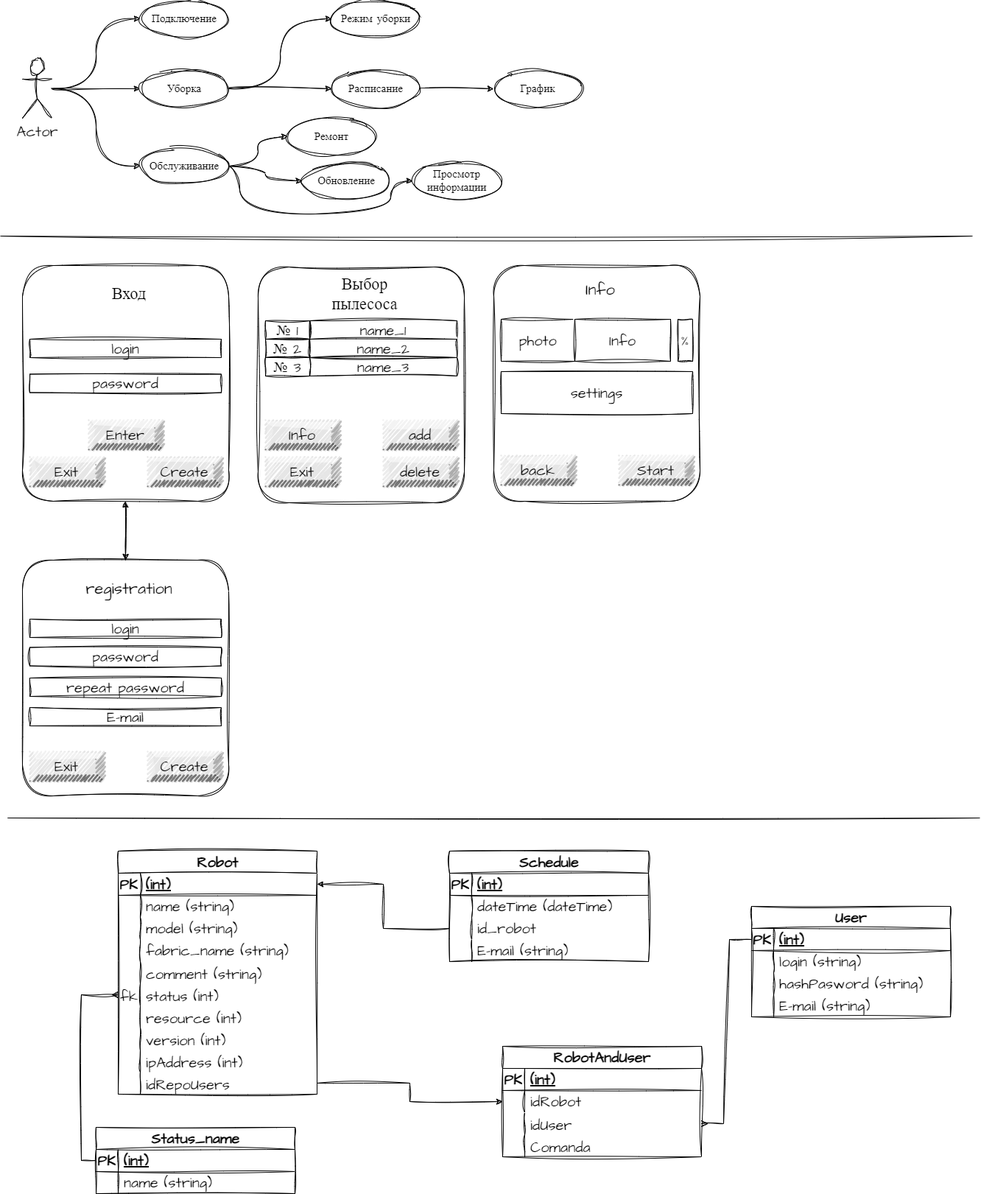
Earlier version of the draw.io export final_dz/case,interface,erd.png (bond40rus/ArhitecturaPO). Source tidied: cells renumbered, new cells last; positions are measured from the earlier drawing's top-left corner, leaving out a move shared by most shapes.
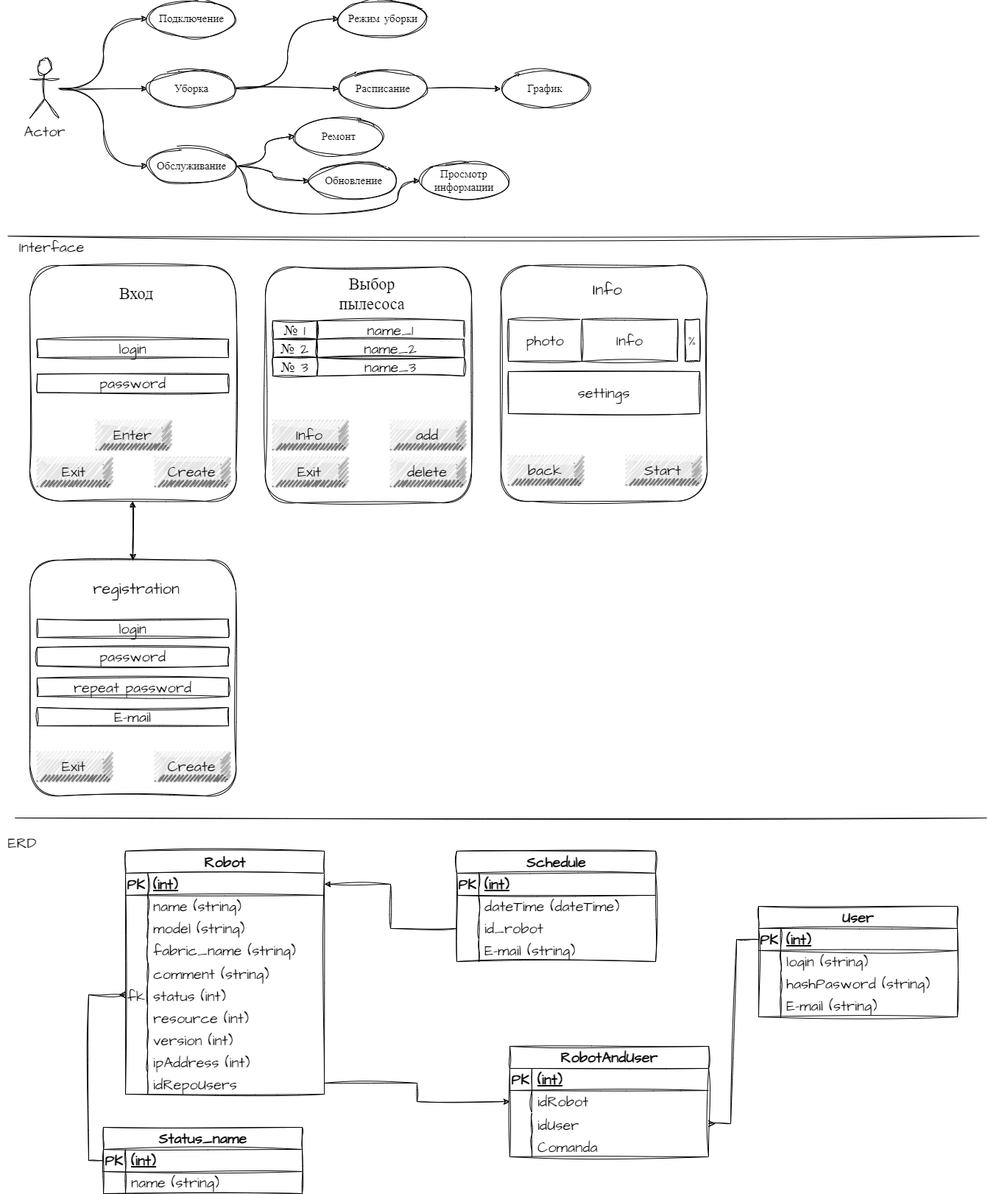
The same file after the commit.

The edit, as a diff of the source:
```diff
@@ -432,5 +432,11 @@
     <mxCell id="140" style="edgeStyle=entityRelationEdgeStyle;fontSize=12;html=1;endArrow=ERmany;rounded=0;sketch=1;hachureGap=4;jiggle=2;curveFitting=1;fontFamily=Architects Daughter;fontSource=https%3A%2F%2Ffonts.googleapis.com%2Fcss%3Ffamily%3DArchitects%2BDaughter;entryX=1;entryY=0.5;entryDx=0;entryDy=0;exitX=0;exitY=0.5;exitDx=0;exitDy=0;" parent="1" edge="1" source="60" target="132">
       <mxGeometry relative="1" as="geometry" />
     </mxCell>
+    <mxCell id="141" value="ERD" style="text;html=1;strokeColor=none;fillColor=none;align=center;verticalAlign=middle;whiteSpace=wrap;rounded=0;fontSize=20;fontFamily=Architects Daughter;" parent="1" vertex="1">
+      <mxGeometry x="-10" y="1129" width="60" height="30" as="geometry" />
+    </mxCell>
+    <mxCell id="142" value="Interface" style="text;html=1;strokeColor=none;fillColor=none;align=center;verticalAlign=middle;whiteSpace=wrap;rounded=0;fontSize=20;fontFamily=Architects Daughter;" parent="1" vertex="1">
+      <mxGeometry x="-10" y="320" width="140" height="30" as="geometry" />
+    </mxCell>
   </root>
 </mxGraphModel>
```
